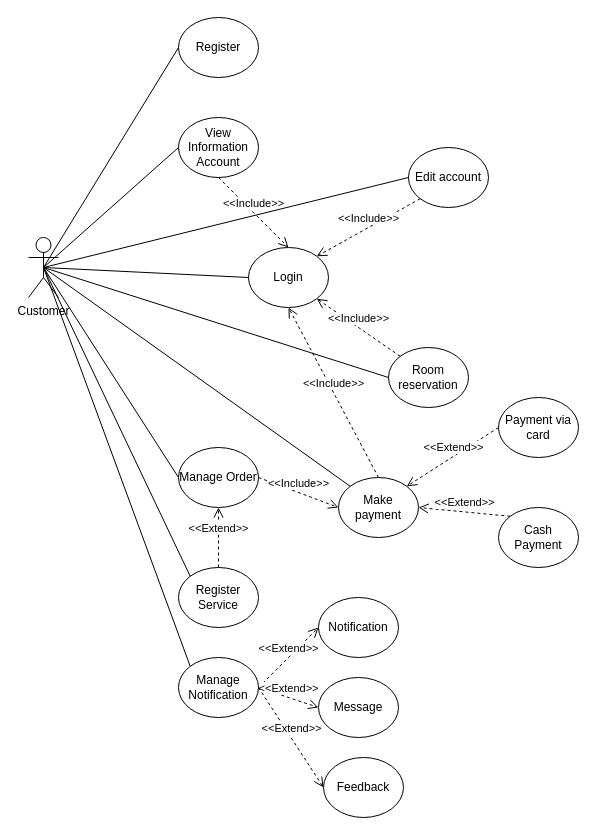
This is Database/Usecase_Customer.drawio from passion-Infinity/PRN292_Assignment, a draw.io file, before an edit. Source tidied: cells renumbered, new cells numbered last; positions are measured from the earlier drawing's top-left corner, leaving out a move shared by most shapes. Both pictures are drawn from the tidied source at 100%, with x=0, y=0 at pixel (28, 17).
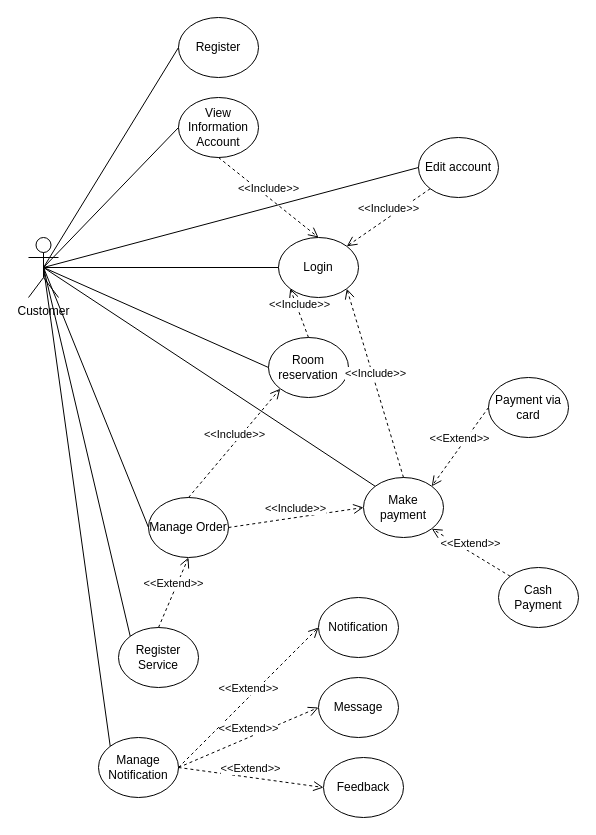
After the change.

Commit message:
Update relationship Usecase_Cus

Diff of the diagram source:
```diff
@@
     <mxCell id="3" value="Room reservation" style="ellipse;whiteSpace=wrap;html=1;" parent="1" vertex="1">
-      <mxGeometry x="360" y="330" width="80" height="60" as="geometry" />
+      <mxGeometry x="240" y="320" width="80" height="60" as="geometry" />
     </mxCell>
     <mxCell id="4" value="Edit account" style="ellipse;whiteSpace=wrap;html=1;" parent="1" vertex="1">
-      <mxGeometry x="380" y="130" width="80" height="60" as="geometry" />
+      <mxGeometry x="390" y="120" width="80" height="60" as="geometry" />
     </mxCell>
     <mxCell id="5" value="Login" style="ellipse;whiteSpace=wrap;html=1;" parent="1" vertex="1">
-      <mxGeometry x="220" y="230" width="80" height="60" as="geometry" />
+      <mxGeometry x="250" y="220" width="80" height="60" as="geometry" />
     </mxCell>
@@
     <mxCell id="7" value="View Information Account" style="ellipse;whiteSpace=wrap;html=1;" parent="1" vertex="1">
-      <mxGeometry x="150" y="100" width="80" height="60" as="geometry" />
+      <mxGeometry x="150" y="80" width="80" height="60" as="geometry" />
     </mxCell>
     <mxCell id="8" value="Make payment" style="ellipse;whiteSpace=wrap;html=1;" parent="1" vertex="1">
-      <mxGeometry x="310" y="460" width="80" height="60" as="geometry" />
+      <mxGeometry x="335" y="460" width="80" height="60" as="geometry" />
     </mxCell>
-    <mxCell id="9" value="&amp;lt;&amp;lt;Include&amp;gt;&amp;gt;" style="html=1;verticalAlign=bottom;endArrow=open;dashed=1;endSize=8;exitX=0;exitY=0;exitDx=0;exitDy=0;entryX=1;entryY=1;entryDx=0;entryDy=0;" parent="1" edge="1" source="3" target="5">
+    <mxCell id="9" value="&amp;lt;&amp;lt;Include&amp;gt;&amp;gt;" style="html=1;verticalAlign=bottom;endArrow=open;dashed=1;endSize=8;exitX=0.5;exitY=0;exitDx=0;exitDy=0;entryX=0;entryY=1;entryDx=0;entryDy=0;" parent="1" edge="1" source="3" target="5">
       <mxGeometry relative="1" as="geometry" />
     </mxCell>
-    <mxCell id="10" value="&amp;lt;&amp;lt;Include&amp;gt;&amp;gt;" style="html=1;verticalAlign=bottom;endArrow=open;dashed=1;endSize=8;exitX=0.5;exitY=0;exitDx=0;exitDy=0;entryX=0.5;entryY=1;entryDx=0;entryDy=0;" parent="1" edge="1" source="8" target="5">
+    <mxCell id="10" value="&amp;lt;&amp;lt;Include&amp;gt;&amp;gt;" style="html=1;verticalAlign=bottom;endArrow=open;dashed=1;endSize=8;exitX=0.5;exitY=0;exitDx=0;exitDy=0;entryX=1;entryY=1;entryDx=0;entryDy=0;" parent="1" edge="1" source="8" target="5">
       <mxGeometry relative="1" as="geometry" />
     </mxCell>
@@
     <mxCell id="19" value="Manage Order" style="ellipse;whiteSpace=wrap;html=1;" parent="1" vertex="1">
-      <mxGeometry x="150" y="430" width="80" height="60" as="geometry" />
+      <mxGeometry x="120" y="480" width="80" height="60" as="geometry" />
     </mxCell>
     <mxCell id="20" value="Register&lt;br&gt;Service" style="ellipse;whiteSpace=wrap;html=1;" parent="1" vertex="1">
-      <mxGeometry x="150" y="550" width="80" height="60" as="geometry" />
+      <mxGeometry x="90" y="610" width="80" height="60" as="geometry" />
     </mxCell>
     <mxCell id="21" value="Manage Notification" style="ellipse;whiteSpace=wrap;html=1;" parent="1" vertex="1">
-      <mxGeometry x="150" y="640" width="80" height="60" as="geometry" />
+      <mxGeometry x="70" y="720" width="80" height="60" as="geometry" />
     </mxCell>
@@
     <mxCell id="24" value="Cash Payment" style="ellipse;whiteSpace=wrap;html=1;" parent="1" vertex="1">
-      <mxGeometry x="470" y="490" width="80" height="60" as="geometry" />
+      <mxGeometry x="470" y="550" width="80" height="60" as="geometry" />
     </mxCell>
     <mxCell id="25" value="Payment via card" style="ellipse;whiteSpace=wrap;html=1;" parent="1" vertex="1">
-      <mxGeometry x="470" y="380" width="80" height="60" as="geometry" />
+      <mxGeometry x="460" y="360" width="80" height="60" as="geometry" />
     </mxCell>
@@
-    <mxCell id="27" value="&amp;lt;&amp;lt;Extend&amp;gt;&amp;gt;" style="html=1;verticalAlign=bottom;endArrow=open;dashed=1;endSize=8;exitX=0;exitY=0;exitDx=0;exitDy=0;entryX=1;entryY=0.5;entryDx=0;entryDy=0;" parent="1" edge="1" source="24" target="8">
+    <mxCell id="27" value="&amp;lt;&amp;lt;Extend&amp;gt;&amp;gt;" style="html=1;verticalAlign=bottom;endArrow=open;dashed=1;endSize=8;exitX=0;exitY=0;exitDx=0;exitDy=0;entryX=1;entryY=1;entryDx=0;entryDy=0;" parent="1" edge="1" source="24" target="8">
       <mxGeometry relative="1" as="geometry" />
     </mxCell>
@@
+    <mxCell id="37" value="&amp;lt;&amp;lt;Include&amp;gt;&amp;gt;" style="html=1;verticalAlign=bottom;endArrow=open;dashed=1;endSize=8;exitX=0.5;exitY=0;exitDx=0;exitDy=0;entryX=0;entryY=1;entryDx=0;entryDy=0;" parent="1" edge="1" source="19" target="3">
+      <mxGeometry relative="1" as="geometry" />
+    </mxCell>
```
